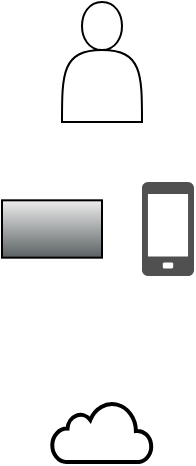
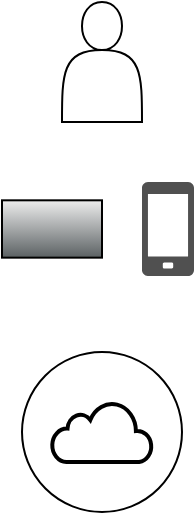
<mxfile host="app.diagrams.net">
  <diagram name="Page-1" id="gB__3KrHpZ1m8fh1elBC">
    <mxGraphModel dx="1006" dy="743" grid="1" gridSize="10" guides="1" tooltips="1" connect="1" arrows="1" fold="1" page="1" pageScale="1" pageWidth="1600" pageHeight="1715" math="0" shadow="0">
      <root>
        <mxCell id="0" />
        <mxCell id="1" parent="0" />
+         <mxCell id="CLKchlIlr3O2AfPH6tK7-6" parent="1" style="ellipse;whiteSpace=wrap;html=1;aspect=fixed;" value="" vertex="1">
+           <mxGeometry height="80" width="80" x="160" y="235" as="geometry" />
+         </mxCell>
        <mxCell id="CLKchlIlr3O2AfPH6tK7-1" parent="1" style="shape=actor;whiteSpace=wrap;html=1;" value="" vertex="1">
          <mxGeometry height="60" width="40" x="180" y="60" as="geometry" />
        </mxCell>
        <mxCell id="CLKchlIlr3O2AfPH6tK7-2" parent="1" style="shape=mxgraph.networks2.icon;aspect=fixed;fillColor=#EDEDED;strokeColor=#000000;gradientColor=#5B6163;network2IconShadow=1;network2bgFillColor=none;labelPosition=center;verticalLabelPosition=bottom;align=center;verticalAlign=top;network2Icon=mxgraph.networks2.laptop;network2IconW=1;network2IconH=0.5734;" value="" vertex="1">
          <mxGeometry height="28.67" width="50" x="150" y="159.16" as="geometry" />
        </mxCell>
        <mxCell id="CLKchlIlr3O2AfPH6tK7-4" parent="1" style="sketch=0;pointerEvents=1;shadow=0;dashed=0;html=1;strokeColor=none;fillColor=#505050;labelPosition=center;verticalLabelPosition=bottom;verticalAlign=top;outlineConnect=0;align=center;shape=mxgraph.office.devices.cell_phone_generic;" value="" vertex="1">
          <mxGeometry height="47" width="26" x="220" y="150" as="geometry" />
        </mxCell>
        <mxCell id="CLKchlIlr3O2AfPH6tK7-5" parent="1" style="html=1;verticalLabelPosition=bottom;align=center;labelBackgroundColor=#ffffff;verticalAlign=top;strokeWidth=2;strokeColor=#000000;shadow=0;dashed=0;shape=mxgraph.ios7.icons.cloud;" value="" vertex="1">
          <mxGeometry height="30" width="50" x="175" y="260" as="geometry" />
        </mxCell>
      </root>
    </mxGraphModel>
  </diagram>
</mxfile>
